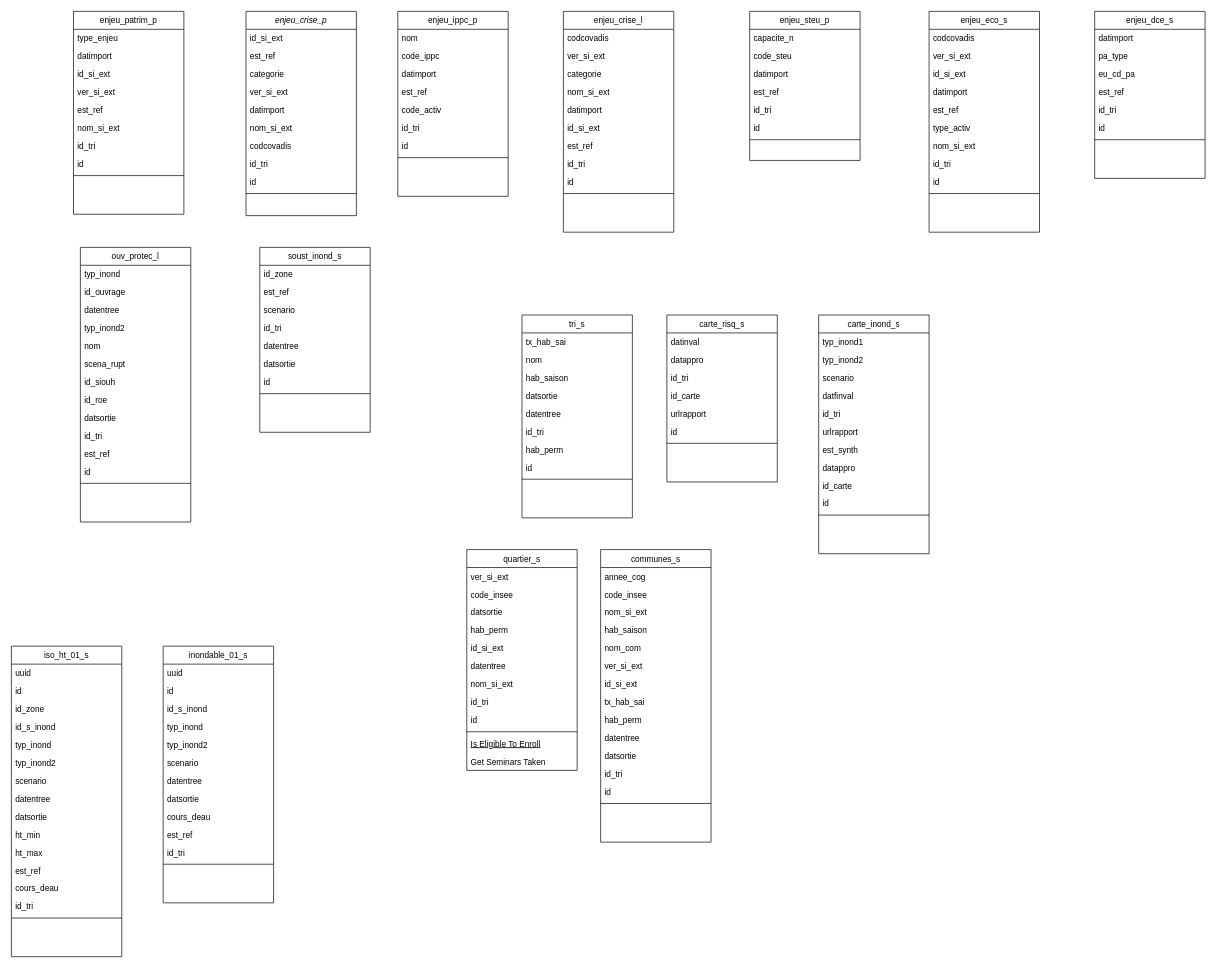
The draw.io diagram Diagramme/Couche_TRI.drawio in jonathanboris/Projet-EIG, before the edit. Source tidied: cells renumbered, new cells numbered last; positions are measured from the earlier drawing's top-left corner, leaving out a move shared by most shapes. Both pictures are drawn from the tidied source at 69%, with x=0, y=0 at pixel (11, 11).
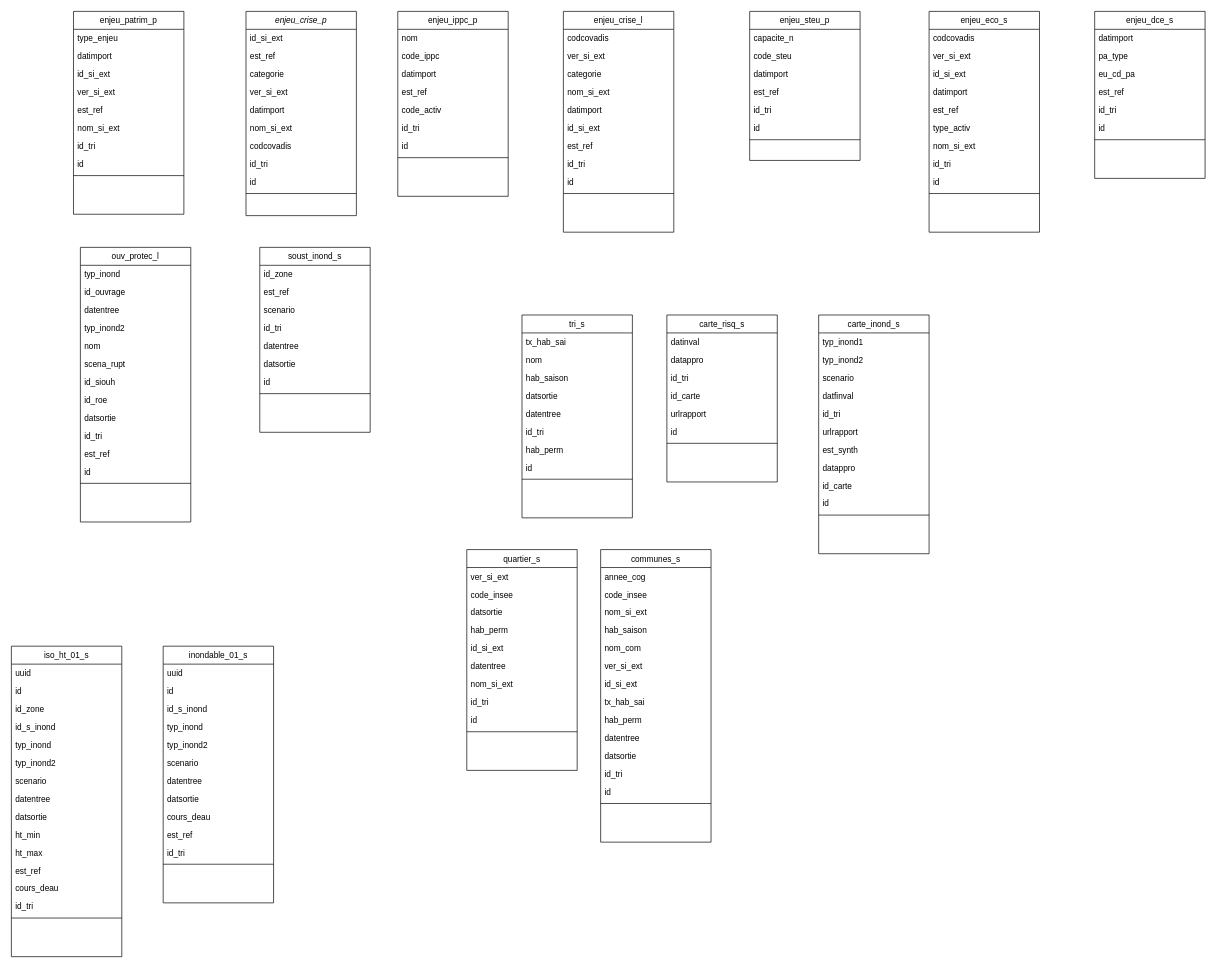
After the change.

The change refers to these unchanged cells:
```xml
<mxCell id="96" value="quartier_s&#10;" style="swimlane;fontStyle=0;align=center;verticalAlign=top;horizontal=1;startSize=26;rounded=0;shadow=0;strokeWidth=1;" parent="1" vertex="1">
  <mxGeometry x="660" y="780" width="160" height="320" as="geometry" />
</mxCell>
```

Change to the diagram source:
```diff
@@
-    <mxCell id="107" value="Is Eligible To Enroll" style="text;align=left;verticalAlign=top;spacingLeft=4;spacingRight=4;overflow=hidden;fontStyle=4;" parent="96" vertex="1">
-      <mxGeometry y="268" width="160" height="26" as="geometry" />
-    </mxCell>
-    <mxCell id="108" value="Get Seminars Taken" style="text;align=left;verticalAlign=top;spacingLeft=4;spacingRight=4;overflow=hidden;" parent="96" vertex="1">
-      <mxGeometry y="294" width="160" height="26" as="geometry" />
-    </mxCell>
```
